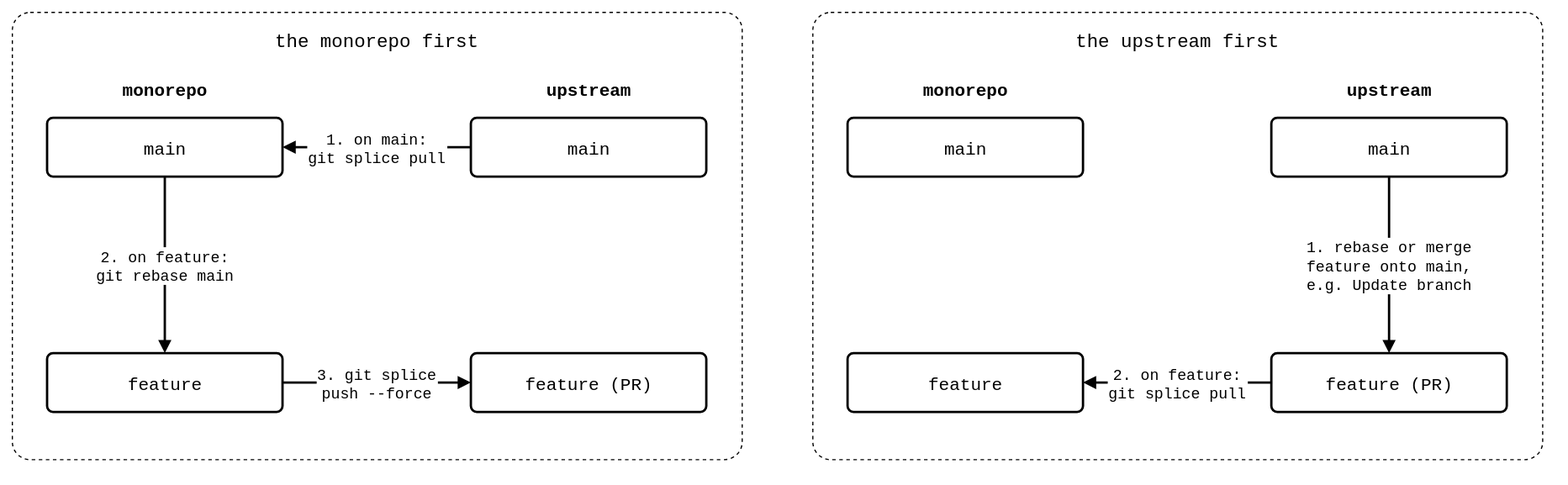
Earlier version of the draw.io export docs/images/rebase-feature-branch.drawio.svg (roschaefer/git-splice). Source tidied: cells renumbered, new cells last; positions are measured from the earlier drawing's top-left corner, leaving out a move shared by most shapes. Its diagram source:
```xml
<mxGraphModel background="#ffffff">
  <root>
    <mxCell id="0" />
    <mxCell id="1" parent="0" />
    <mxCell id="2" value="the monorepo first" style="rounded=1;arcSize=4;fillColor=none;dashed=1;strokeWidth=1;fontSize=16;verticalAlign=top;spacingTop=8;fontFamily=Roboto Mono,monospace;" parent="1" vertex="1">
      <mxGeometry width="620" height="380" as="geometry" />
    </mxCell>
    <mxCell id="3" value="monorepo" style="text;strokeColor=none;fillColor=none;fontSize=15;fontStyle=1;align=center;verticalAlign=middle;fontFamily=Roboto Mono,monospace;" parent="1" vertex="1">
      <mxGeometry x="30" y="50" width="200" height="30" as="geometry" />
    </mxCell>
    <mxCell id="4" value="upstream" style="text;strokeColor=none;fillColor=none;fontSize=15;fontStyle=1;align=center;verticalAlign=middle;fontFamily=Roboto Mono,monospace;" parent="1" vertex="1">
      <mxGeometry x="390" y="50" width="200" height="30" as="geometry" />
    </mxCell>
    <mxCell id="5" value="main" style="rounded=1;arcSize=10;fillColor=none;strokeWidth=2;fontSize=15;fontFamily=Roboto Mono,monospace;" parent="1" vertex="1">
      <mxGeometry x="30" y="90" width="200" height="50" as="geometry" />
    </mxCell>
    <mxCell id="6" value="main" style="rounded=1;arcSize=10;fillColor=none;strokeWidth=2;fontSize=15;fontFamily=Roboto Mono,monospace;" parent="1" vertex="1">
      <mxGeometry x="390" y="90" width="200" height="50" as="geometry" />
    </mxCell>
    <mxCell id="7" value="feature" style="rounded=1;arcSize=10;fillColor=none;strokeWidth=2;fontSize=15;fontFamily=Roboto Mono,monospace;" parent="1" vertex="1">
      <mxGeometry x="30" y="290" width="200" height="50" as="geometry" />
    </mxCell>
    <mxCell id="8" value="feature (PR)" style="rounded=1;arcSize=10;fillColor=none;strokeWidth=2;fontSize=15;fontFamily=Roboto Mono,monospace;" parent="1" vertex="1">
      <mxGeometry x="390" y="290" width="200" height="50" as="geometry" />
    </mxCell>
    <mxCell id="9" value="1. on main:&#10;git splice pull" style="endArrow=block;endFill=1;strokeWidth=2;fontSize=13;labelBackgroundColor=default;fontFamily=Roboto Mono,monospace;" parent="1" edge="1" source="6" target="5">
      <mxGeometry relative="1" as="geometry" />
    </mxCell>
    <mxCell id="10" value="2. on feature:&#10;git rebase main" style="endArrow=block;endFill=1;strokeWidth=2;fontSize=13;labelBackgroundColor=default;fontFamily=Roboto Mono,monospace;" parent="1" edge="1" source="5" target="7">
      <mxGeometry relative="1" as="geometry" />
    </mxCell>
    <mxCell id="11" value="3. git splice&#10;push --force" style="endArrow=block;endFill=1;strokeWidth=2;fontSize=13;labelBackgroundColor=default;fontFamily=Roboto Mono,monospace;" parent="1" edge="1" source="7" target="8">
      <mxGeometry relative="1" as="geometry" />
    </mxCell>
    <mxCell id="12" value="the upstream first" style="rounded=1;arcSize=4;fillColor=none;dashed=1;strokeWidth=1;fontSize=16;verticalAlign=top;spacingTop=8;fontFamily=Roboto Mono,monospace;" parent="1" vertex="1">
      <mxGeometry x="680" width="620" height="380" as="geometry" />
    </mxCell>
    <mxCell id="13" value="monorepo" style="text;strokeColor=none;fillColor=none;fontSize=15;fontStyle=1;align=center;verticalAlign=middle;fontFamily=Roboto Mono,monospace;" parent="1" vertex="1">
      <mxGeometry x="710" y="50" width="200" height="30" as="geometry" />
    </mxCell>
    <mxCell id="14" value="upstream" style="text;strokeColor=none;fillColor=none;fontSize=15;fontStyle=1;align=center;verticalAlign=middle;fontFamily=Roboto Mono,monospace;" parent="1" vertex="1">
      <mxGeometry x="1070" y="50" width="200" height="30" as="geometry" />
    </mxCell>
    <mxCell id="15" value="main" style="rounded=1;arcSize=10;fillColor=none;strokeWidth=2;fontSize=15;fontFamily=Roboto Mono,monospace;" parent="1" vertex="1">
      <mxGeometry x="710" y="90" width="200" height="50" as="geometry" />
    </mxCell>
    <mxCell id="16" value="main" style="rounded=1;arcSize=10;fillColor=none;strokeWidth=2;fontSize=15;fontFamily=Roboto Mono,monospace;" parent="1" vertex="1">
      <mxGeometry x="1070" y="90" width="200" height="50" as="geometry" />
    </mxCell>
    <mxCell id="17" value="feature" style="rounded=1;arcSize=10;fillColor=none;strokeWidth=2;fontSize=15;fontFamily=Roboto Mono,monospace;" parent="1" vertex="1">
      <mxGeometry x="710" y="290" width="200" height="50" as="geometry" />
    </mxCell>
    <mxCell id="18" value="feature (PR)" style="rounded=1;arcSize=10;fillColor=none;strokeWidth=2;fontSize=15;fontFamily=Roboto Mono,monospace;" parent="1" vertex="1">
      <mxGeometry x="1070" y="290" width="200" height="50" as="geometry" />
    </mxCell>
    <mxCell id="19" value="1. rebase or merge&#10;feature onto main,&#10;e.g. Update branch" style="endArrow=block;endFill=1;strokeWidth=2;fontSize=13;labelBackgroundColor=default;fontFamily=Roboto Mono,monospace;" parent="1" edge="1" source="16" target="18">
      <mxGeometry relative="1" as="geometry" />
    </mxCell>
    <mxCell id="20" value="2. on feature:&#10;git splice pull" style="endArrow=block;endFill=1;strokeWidth=2;fontSize=13;labelBackgroundColor=default;fontFamily=Roboto Mono,monospace;" parent="1" edge="1" source="18" target="17">
      <mxGeometry relative="1" as="geometry" />
    </mxCell>
  </root>
</mxGraphModel>
```
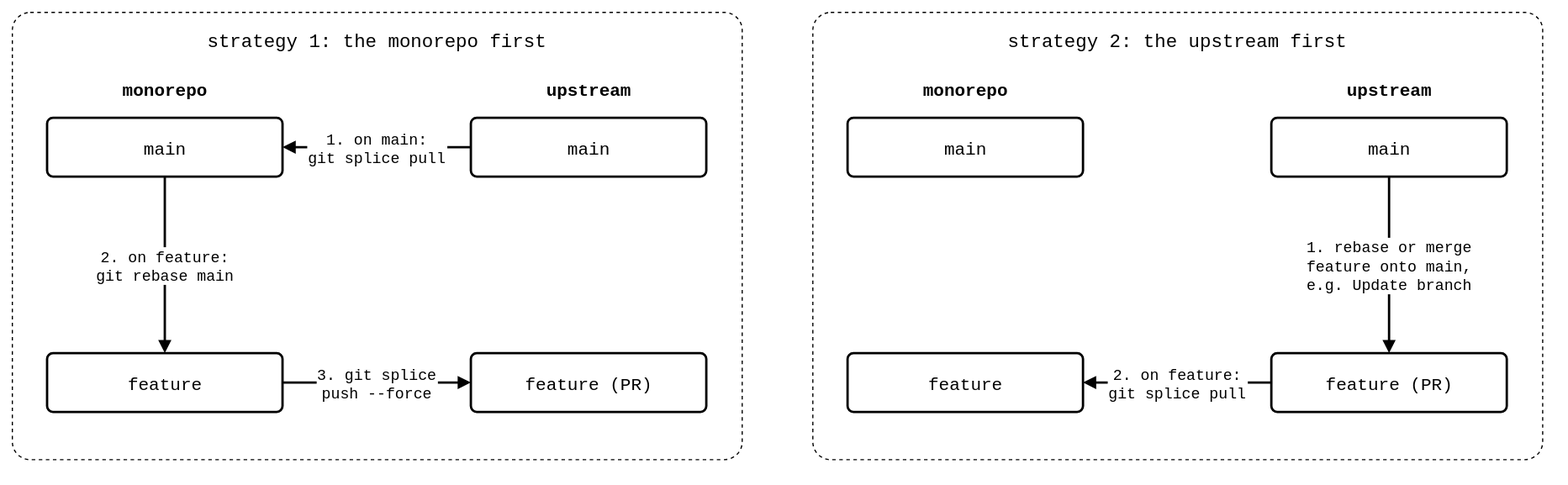
After the change.

Commit message:
docs(scenarios): draw each strategy on its own page

Change to the diagram source:
```diff
@@ -2,7 +2,7 @@
   <root>
     <mxCell id="0" />
     <mxCell id="1" parent="0" />
-    <mxCell id="2" value="the monorepo first" style="rounded=1;arcSize=4;fillColor=none;dashed=1;strokeWidth=1;fontSize=16;verticalAlign=top;spacingTop=8;fontFamily=Roboto Mono,monospace;" parent="1" vertex="1">
+    <mxCell id="2" value="strategy 1: the monorepo first" style="rounded=1;arcSize=4;fillColor=none;dashed=1;strokeWidth=1;fontSize=16;verticalAlign=top;spacingTop=8;fontFamily=Roboto Mono,monospace;" parent="1" vertex="1">
       <mxGeometry width="620" height="380" as="geometry" />
     </mxCell>
     <mxCell id="3" value="monorepo" style="text;strokeColor=none;fillColor=none;fontSize=15;fontStyle=1;align=center;verticalAlign=middle;fontFamily=Roboto Mono,monospace;" parent="1" vertex="1">
@@ -32,7 +32,7 @@
     <mxCell id="11" value="3. git splice&#10;push --force" style="endArrow=block;endFill=1;strokeWidth=2;fontSize=13;labelBackgroundColor=default;fontFamily=Roboto Mono,monospace;" parent="1" edge="1" source="7" target="8">
       <mxGeometry relative="1" as="geometry" />
     </mxCell>
-    <mxCell id="12" value="the upstream first" style="rounded=1;arcSize=4;fillColor=none;dashed=1;strokeWidth=1;fontSize=16;verticalAlign=top;spacingTop=8;fontFamily=Roboto Mono,monospace;" parent="1" vertex="1">
+    <mxCell id="12" value="strategy 2: the upstream first" style="rounded=1;arcSize=4;fillColor=none;dashed=1;strokeWidth=1;fontSize=16;verticalAlign=top;spacingTop=8;fontFamily=Roboto Mono,monospace;" parent="1" vertex="1">
       <mxGeometry x="680" width="620" height="380" as="geometry" />
     </mxCell>
     <mxCell id="13" value="monorepo" style="text;strokeColor=none;fillColor=none;fontSize=15;fontStyle=1;align=center;verticalAlign=middle;fontFamily=Roboto Mono,monospace;" parent="1" vertex="1">
```
